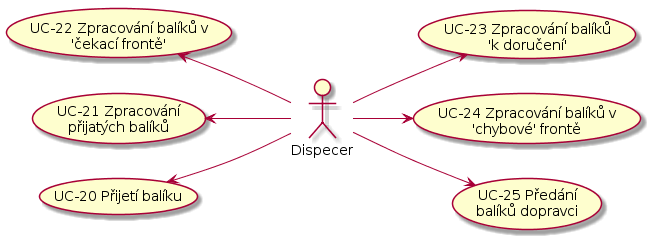
The PlantUML diagram docs/diagrams/out/ucs-dispecer.png in Internet-Handel/postman, before a commit.
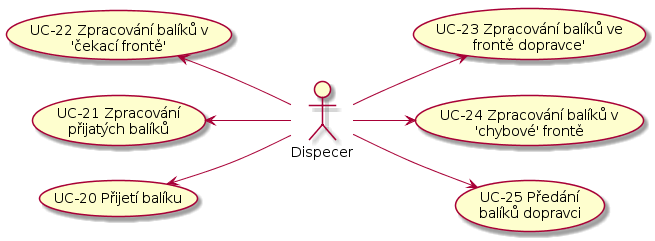
After the change.

Diff of the diagram source:
```diff
@@ -6,7 +6,7 @@
 (UC-20 Přijetí balíku) as (UC-20)
 (UC-21 Zpracování\npřijatých balíků) as (UC-21)
 (UC-22 Zpracování balíků v\n'čekací frontě') as (UC-22)
-(UC-23 Zpracování balíků\n'k doručení') as (UC-23)
+(UC-23 Zpracování balíků ve\nfrontě dopravce') as (UC-23)
 (UC-24 Zpracování balíků v\n'chybové' frontě) as (UC-24)
 (UC-25 Předání\nbalíků dopravci) as (UC-25)
 
```
